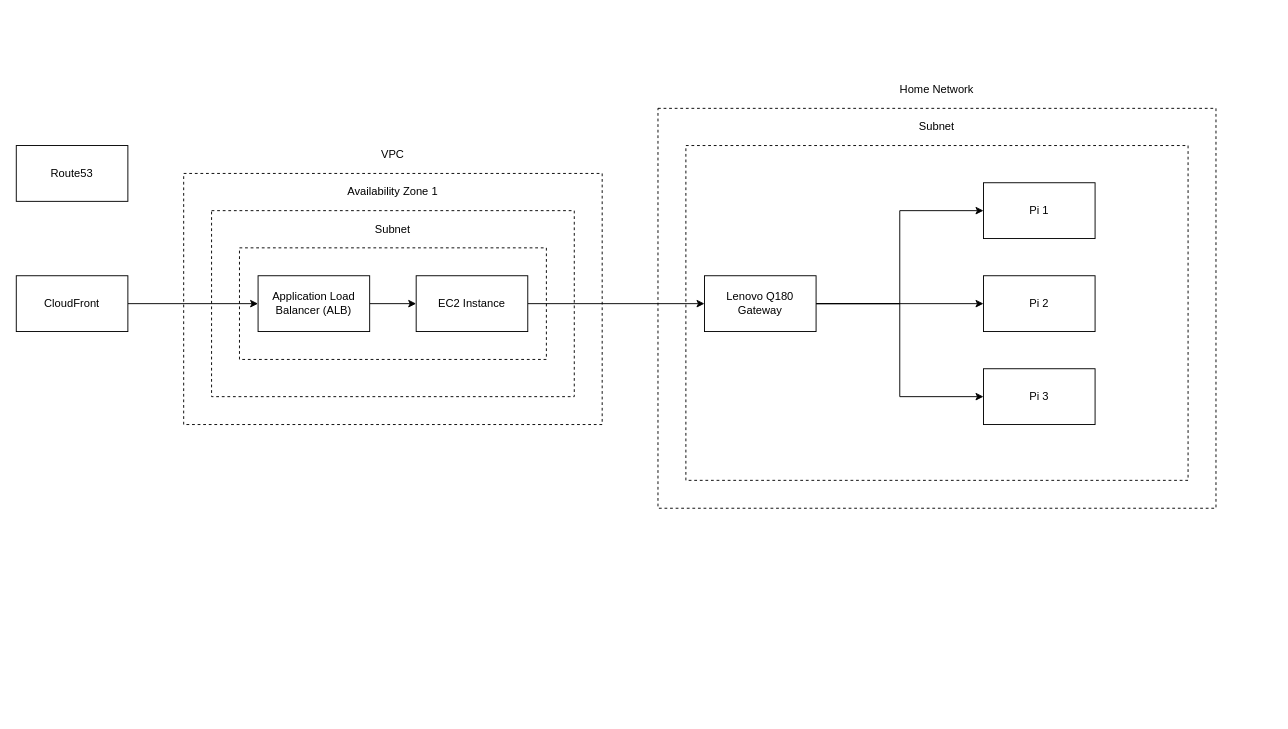
This is jtbrown.drawio from jtbuk/Diagrams, a draw.io file, before an edit. Source tidied: cells renumbered, new cells numbered last; positions are measured from the earlier drawing's top-left corner, leaving out a move shared by most shapes. Both pictures are drawn from the tidied source at 93%, with x=0, y=0 at pixel (16, 108). Pictures stored in the file or linked from it are replaced by grey dashed boxes.
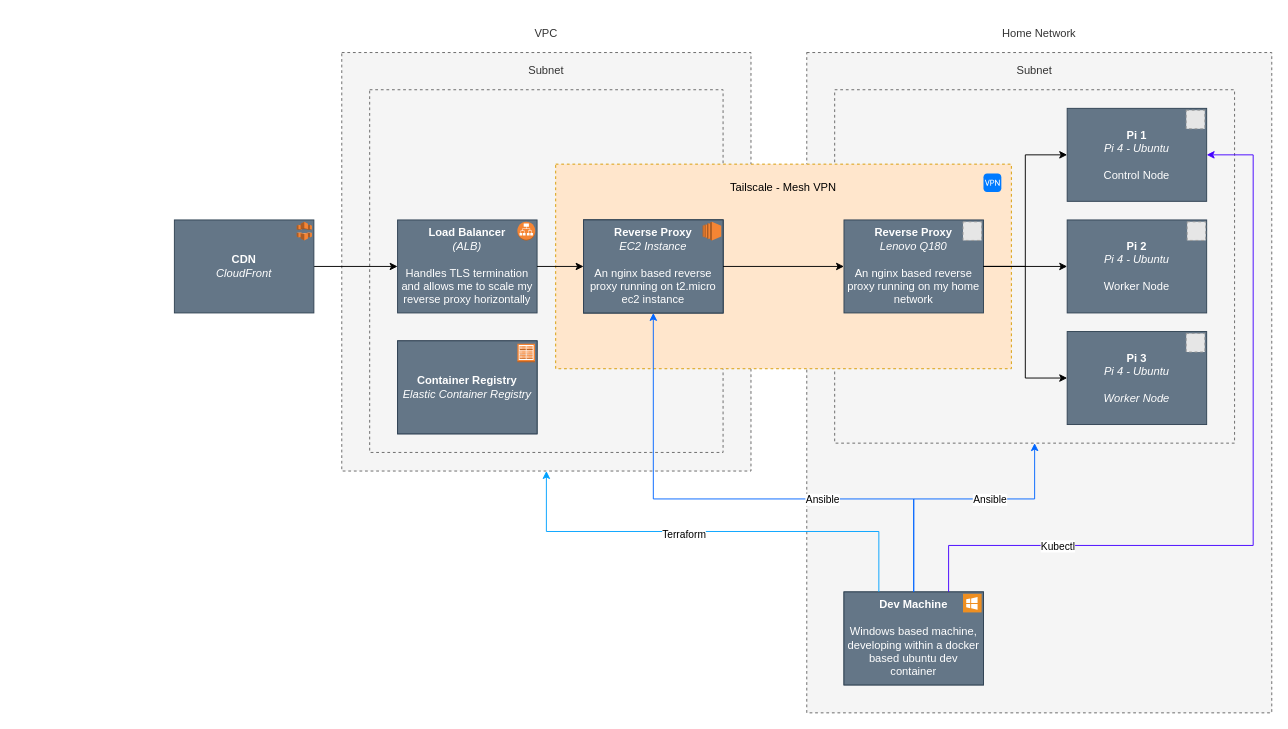
After the change.

Change to the diagram source:
```diff
@@
-    <mxCell id="2" value="&lt;p style=&quot;line-height: 100%;&quot;&gt;Home Network&lt;/p&gt;" style="rounded=0;whiteSpace=wrap;html=1;dashed=1;align=center;verticalAlign=bottom;spacingLeft=0;labelPosition=center;verticalLabelPosition=top;" parent="1" vertex="1">
-      <mxGeometry x="690" width="600" height="430" as="geometry" />
+    <mxCell id="2" value="&lt;p style=&quot;line-height: 100%;&quot;&gt;Home Network&lt;/p&gt;" style="rounded=0;whiteSpace=wrap;html=1;dashed=1;align=center;verticalAlign=bottom;spacingLeft=0;labelPosition=center;verticalLabelPosition=top;labelBorderColor=none;labelBackgroundColor=none;strokeColor=#666666;fillColor=#f5f5f5;fontColor=#333333;" parent="1" vertex="1">
+      <mxGeometry x="850" y="-60" width="500" height="710" as="geometry" />
     </mxCell>
-    <mxCell id="3" value="&lt;p style=&quot;line-height: 100%;&quot;&gt;Subnet&lt;/p&gt;" style="rounded=0;whiteSpace=wrap;html=1;dashed=1;align=center;verticalAlign=bottom;spacingLeft=0;labelPosition=center;verticalLabelPosition=top;" parent="1" vertex="1">
-      <mxGeometry x="720" y="40" width="540" height="360" as="geometry" />
+    <mxCell id="3" value="&lt;p style=&quot;line-height: 100%;&quot;&gt;Subnet&lt;/p&gt;" style="rounded=0;whiteSpace=wrap;html=1;dashed=1;align=center;verticalAlign=bottom;spacingLeft=0;labelPosition=center;verticalLabelPosition=top;labelBorderColor=none;strokeColor=#666666;fillColor=#f5f5f5;fontColor=#333333;" parent="1" vertex="1">
+      <mxGeometry x="880" y="-20" width="430" height="380" as="geometry" />
     </mxCell>
-    <mxCell id="4" value="&lt;p style=&quot;line-height: 100%;&quot;&gt;VPC&lt;/p&gt;" style="rounded=0;whiteSpace=wrap;html=1;dashed=1;align=center;verticalAlign=bottom;spacingLeft=0;labelPosition=center;verticalLabelPosition=top;" parent="1" vertex="1">
-      <mxGeometry x="180" y="70" width="450" height="270" as="geometry" />
+    <mxCell id="4" value="&lt;p style=&quot;line-height: 100%;&quot;&gt;VPC&lt;/p&gt;" style="rounded=0;whiteSpace=wrap;html=1;dashed=1;align=center;verticalAlign=bottom;spacingLeft=0;labelPosition=center;verticalLabelPosition=top;labelBorderColor=none;strokeColor=#666666;fillColor=#f5f5f5;fontColor=#333333;" parent="1" vertex="1">
+      <mxGeometry x="350" y="-60" width="440" height="450" as="geometry" />
     </mxCell>
-    <mxCell id="5" value="&lt;p style=&quot;line-height: 100%;&quot;&gt;Availability Zone 1&lt;/p&gt;" style="rounded=0;whiteSpace=wrap;html=1;dashed=1;align=center;verticalAlign=bottom;spacingLeft=0;labelPosition=center;verticalLabelPosition=top;" parent="1" vertex="1">
-      <mxGeometry x="210" y="110" width="390" height="200" as="geometry" />
-    </mxCell>
-    <mxCell id="6" value="&lt;p style=&quot;line-height: 100%;&quot;&gt;Subnet&lt;/p&gt;" style="rounded=0;whiteSpace=wrap;html=1;dashed=1;align=center;verticalAlign=bottom;spacingLeft=0;labelPosition=center;verticalLabelPosition=top;" parent="1" vertex="1">
-      <mxGeometry x="240" y="150" width="330" height="120" as="geometry" />
+    <mxCell id="6" value="&lt;p style=&quot;line-height: 100%;&quot;&gt;Subnet&lt;/p&gt;" style="rounded=0;whiteSpace=wrap;html=1;dashed=1;align=center;verticalAlign=bottom;spacingLeft=0;labelPosition=center;verticalLabelPosition=top;labelBorderColor=none;strokeColor=#666666;fillColor=#f5f5f5;fontColor=#333333;" parent="1" vertex="1">
+      <mxGeometry x="380" y="-20" width="380" height="390" as="geometry" />
     </mxCell>
+    <mxCell id="11" style="edgeStyle=orthogonalEdgeStyle;rounded=0;jettySize=auto;html=1;entryX=0;entryY=0.5;entryDx=0;entryDy=0;flowAnimation=1;" parent="1" edge="1" source="12" target="8">
+      <mxGeometry relative="1" as="geometry" />
+    </mxCell>
+    <mxCell id="21" style="group;" parent="1" vertex="1">
+      <mxGeometry x="580" y="60" width="490" height="220" as="geometry" />
+    </mxCell>
+    <mxCell id="22" value="&lt;p style=&quot;line-height: 100%;&quot;&gt;Tailscale - Mesh VPN&lt;/p&gt;" style="rounded=0;whiteSpace=wrap;html=1;dashed=1;align=center;verticalAlign=top;spacingLeft=0;labelPosition=center;verticalLabelPosition=middle;labelBorderColor=none;strokeColor=#d79b00;fillColor=#ffe6cc;" parent="21" vertex="1">
+      <mxGeometry width="490" height="220" as="geometry" />
+    </mxCell>
+    <mxCell id="23" style="html=1;strokeWidth=1;shadow=0;dashed=0;shape=mxgraph.ios7.misc.vpn;fillColor=#007AFF;strokeColor=none;buttonText=;strokeColor2=#222222;fontColor=#222222;fontSize=8;verticalLabelPosition=bottom;verticalAlign=top;align=center;sketch=0;" parent="21" vertex="1">
+      <mxGeometry x="460" y="10" width="19.2" height="20" as="geometry" />
+    </mxCell>
+    <mxCell id="24" style="group;fillColor=#647687;fontColor=#ffffff;strokeColor=#314354;" parent="21" vertex="1">
+      <mxGeometry x="30" y="60" width="150" height="100" as="geometry" />
+    </mxCell>
+    <mxCell id="25" style="group;fillColor=#647687;fontColor=#ffffff;strokeColor=#314354;" parent="24" vertex="1">
+      <mxGeometry width="150" height="100" as="geometry" />
+    </mxCell>
+    <mxCell id="10" value="&lt;b&gt;Reverse Proxy&lt;/b&gt;&lt;br&gt;&lt;i&gt;EC2 Instance&lt;br&gt;&lt;/i&gt;&lt;br&gt;An nginx based reverse proxy running on t2.micro ec2 instance&lt;br&gt;" style="rounded=0;whiteSpace=wrap;html=1;fillColor=#647687;fontColor=#ffffff;strokeColor=#314354;" parent="25" vertex="1">
+      <mxGeometry width="150" height="100" as="geometry" />
+    </mxCell>
+    <mxCell id="26" style="dashed=0;verticalLabelPosition=bottom;verticalAlign=top;align=center;html=1;shape=mxgraph.aws3.ec2;fillColor=#F58534;gradientColor=none;" parent="25" vertex="1">
+      <mxGeometry x="128" y="2" width="20" height="20" as="geometry" />
+    </mxCell>
+    <mxCell id="27" style="group;" parent="21" vertex="1">
+      <mxGeometry x="310" y="60" width="150" height="100" as="geometry" />
+    </mxCell>
+    <mxCell id="17" value="&lt;b&gt;Reverse Proxy&lt;/b&gt;&lt;br&gt;&lt;i&gt;Lenovo Q180&lt;br&gt;&lt;/i&gt;&lt;br&gt;An nginx based reverse proxy running on my home network" style="rounded=0;whiteSpace=wrap;html=1;fillColor=#647687;fontColor=#ffffff;strokeColor=#314354;" parent="27" vertex="1">
+      <mxGeometry width="150" height="100" as="geometry" />
+    </mxCell>
+    <mxCell id="28" style="fillColor=#E6E6E6;strokeColor=#999999;dashed=1;html=1;verticalAlign=top;verticalLabelPosition=bottom;labelBackgroundColor=#ffffff;" parent="27" vertex="1">
+      <mxGeometry x="128" y="2" width="20" height="20" as="geometry" />
+    </mxCell>
+    <mxCell id="9" style="edgeStyle=orthogonalEdgeStyle;rounded=0;jettySize=auto;html=1;exitX=1;exitY=0.5;exitDx=0;exitDy=0;flowAnimation=1;" parent="21" edge="1" source="10" target="17">
+      <mxGeometry relative="1" as="geometry" />
+    </mxCell>
+    <mxCell id="29" style="group;" parent="1" vertex="1">
+      <mxGeometry x="170" y="120" width="150" height="100" as="geometry" />
+    </mxCell>
+    <mxCell id="12" value="&lt;b&gt;CDN&lt;/b&gt;&lt;br&gt;&lt;i style=&quot;&quot;&gt;CloudFront&lt;br&gt;&lt;/i&gt;" style="rounded=0;whiteSpace=wrap;html=1;fillColor=#647687;strokeColor=#314354;fontColor=#ffffff;" parent="29" vertex="1">
+      <mxGeometry width="150" height="100" as="geometry" />
+    </mxCell>
+    <mxCell id="30" style="dashed=0;verticalLabelPosition=bottom;verticalAlign=top;align=center;html=1;shape=mxgraph.aws3.cloudfront;fillColor=#F58536;gradientColor=none;" parent="29" vertex="1">
+      <mxGeometry x="131.5" y="2" width="16.4" height="20" as="geometry" />
+    </mxCell>
+    <mxCell id="31" style="group;" parent="1" vertex="1">
+      <mxGeometry x="410" y="120" width="150" height="100" as="geometry" />
+    </mxCell>
+    <mxCell id="8" value="&lt;b&gt;Load Balancer&lt;/b&gt;&lt;br&gt;&lt;i&gt;(ALB)&lt;/i&gt;&lt;br&gt;&lt;br&gt;Handles TLS termination and allows me to scale my reverse proxy horizontally" style="rounded=0;whiteSpace=wrap;html=1;fillColor=#647687;fontColor=#ffffff;strokeColor=#314354;" parent="31" vertex="1">
+      <mxGeometry width="150" height="100" as="geometry" />
+    </mxCell>
+    <mxCell id="32" style="dashed=0;verticalLabelPosition=bottom;verticalAlign=top;align=center;html=1;shape=mxgraph.aws3.application_load_balancer;fillColor=#F58534;gradientColor=none;" parent="31" vertex="1">
+      <mxGeometry x="128.8" y="2" width="19.2" height="20" as="geometry" />
+    </mxCell>
-    <mxCell id="7" style="edgeStyle=orthogonalEdgeStyle;rounded=0;jettySize=auto;html=1;" parent="1" edge="1" source="8" target="10">
+    <mxCell id="7" style="edgeStyle=orthogonalEdgeStyle;rounded=0;jettySize=auto;html=1;flowAnimation=1;" parent="1" edge="1" source="8" target="10">
       <mxGeometry relative="1" as="geometry" />
     </mxCell>
-    <mxCell id="8" value="Application Load Balancer (ALB)" style="rounded=0;whiteSpace=wrap;html=1;" parent="1" vertex="1">
-      <mxGeometry x="260" y="180" width="120" height="60" as="geometry" />
-    </mxCell>
-    <mxCell id="9" style="edgeStyle=orthogonalEdgeStyle;rounded=0;jettySize=auto;html=1;exitX=1;exitY=0.5;exitDx=0;exitDy=0;" parent="1" edge="1" source="10" target="17">
-      <mxGeometry relative="1" as="geometry" />
-    </mxCell>
-    <mxCell id="10" value="EC2 Instance" style="rounded=0;whiteSpace=wrap;html=1;" parent="1" vertex="1">
-      <mxGeometry x="430" y="180" width="120" height="60" as="geometry" />
-    </mxCell>
-    <mxCell id="11" style="edgeStyle=orthogonalEdgeStyle;rounded=0;jettySize=auto;html=1;entryX=0;entryY=0.5;entryDx=0;entryDy=0;" parent="1" edge="1" source="12" target="8">
-      <mxGeometry relative="1" as="geometry" />
-    </mxCell>
-    <mxCell id="12" value="CloudFront" style="rounded=0;whiteSpace=wrap;html=1;" parent="1" vertex="1">
-      <mxGeometry y="180" width="120" height="60" as="geometry" />
-    </mxCell>
-    <mxCell id="13" value="Route53" style="rounded=0;whiteSpace=wrap;html=1;" parent="1" vertex="1">
-      <mxGeometry y="40" width="120" height="60" as="geometry" />
-    </mxCell>
+    <mxCell id="33" style="group;" parent="1" vertex="1">
+      <mxGeometry x="1130" width="150" height="100" as="geometry" />
+    </mxCell>
+    <mxCell id="18" value="&lt;b&gt;Pi 1&lt;/b&gt;&lt;br&gt;&lt;i&gt;Pi 4 - Ubuntu&lt;br&gt;&lt;/i&gt;&lt;br&gt;Control Node" style="rounded=0;whiteSpace=wrap;html=1;fillColor=#647687;fontColor=#ffffff;strokeColor=#314354;" parent="33" vertex="1">
+      <mxGeometry width="150" height="100" as="geometry" />
+    </mxCell>
+    <mxCell id="34" style="fillColor=#E6E6E6;strokeColor=#999999;dashed=1;html=1;verticalAlign=top;verticalLabelPosition=bottom;labelBackgroundColor=#ffffff;" parent="33" vertex="1">
+      <mxGeometry x="128" y="2" width="20" height="20" as="geometry" />
+    </mxCell>
+    <mxCell id="35" style="group;" parent="1" vertex="1">
+      <mxGeometry x="1130" y="120" width="150" height="100" as="geometry" />
+    </mxCell>
+    <mxCell id="19" value="&lt;b&gt;Pi 2&lt;/b&gt;&lt;br&gt;&lt;i&gt;Pi 4 - Ubuntu&lt;br&gt;&lt;/i&gt;&lt;br&gt;Worker Node" style="rounded=0;whiteSpace=wrap;html=1;fillColor=#647687;fontColor=#ffffff;strokeColor=#314354;" parent="35" vertex="1">
+      <mxGeometry width="150" height="100" as="geometry" />
+    </mxCell>
+    <mxCell id="36" style="fillColor=#E6E6E6;strokeColor=#999999;dashed=1;html=1;verticalAlign=top;verticalLabelPosition=bottom;labelBackgroundColor=#ffffff;" parent="35" vertex="1">
+      <mxGeometry x="129" y="2" width="20" height="20" as="geometry" />
+    </mxCell>
+    <mxCell id="37" style="group;" parent="1" vertex="1">
+      <mxGeometry x="1130" y="240" width="150" height="100" as="geometry" />
+    </mxCell>
+    <mxCell id="20" value="&lt;b&gt;Pi 3&lt;/b&gt;&lt;br&gt;&lt;i&gt;Pi 4 - Ubuntu&lt;br&gt;&lt;br&gt;Worker Node&lt;br&gt;&lt;/i&gt;" style="rounded=0;whiteSpace=wrap;html=1;fillColor=#647687;fontColor=#ffffff;strokeColor=#314354;" parent="37" vertex="1">
+      <mxGeometry width="150" height="100" as="geometry" />
+    </mxCell>
+    <mxCell id="38" style="fillColor=#E6E6E6;strokeColor=#999999;dashed=1;html=1;verticalAlign=top;verticalLabelPosition=bottom;labelBackgroundColor=#ffffff;" parent="37" vertex="1">
+      <mxGeometry x="128" y="2" width="20" height="20" as="geometry" />
+    </mxCell>
-    <mxCell id="14" style="edgeStyle=orthogonalEdgeStyle;rounded=0;jettySize=auto;html=1;" parent="1" edge="1" source="17" target="19">
+    <mxCell id="14" style="edgeStyle=orthogonalEdgeStyle;rounded=0;jettySize=auto;html=1;flowAnimation=1;" parent="1" edge="1" source="17" target="19">
       <mxGeometry relative="1" as="geometry" />
     </mxCell>
-    <mxCell id="15" style="edgeStyle=orthogonalEdgeStyle;rounded=0;jettySize=auto;html=1;entryX=0;entryY=0.5;entryDx=0;entryDy=0;" parent="1" edge="1" source="17" target="18">
+    <mxCell id="15" style="edgeStyle=orthogonalEdgeStyle;rounded=0;jettySize=auto;html=1;entryX=0;entryY=0.5;entryDx=0;entryDy=0;flowAnimation=1;" parent="1" edge="1" source="17" target="18">
       <mxGeometry relative="1" as="geometry" />
     </mxCell>
-    <mxCell id="16" style="edgeStyle=orthogonalEdgeStyle;rounded=0;jettySize=auto;html=1;entryX=0;entryY=0.5;entryDx=0;entryDy=0;" parent="1" edge="1" source="17" target="20">
+    <mxCell id="16" style="edgeStyle=orthogonalEdgeStyle;rounded=0;jettySize=auto;html=1;entryX=0;entryY=0.5;entryDx=0;entryDy=0;flowAnimation=1;" parent="1" edge="1" source="17" target="20">
       <mxGeometry relative="1" as="geometry" />
     </mxCell>
-    <mxCell id="17" value="Lenovo Q180&lt;br&gt;Gateway" style="rounded=0;whiteSpace=wrap;html=1;" parent="1" vertex="1">
-      <mxGeometry x="740" y="180" width="120" height="60" as="geometry" />
-    </mxCell>
-    <mxCell id="18" value="Pi 1" style="rounded=0;whiteSpace=wrap;html=1;" parent="1" vertex="1">
-      <mxGeometry x="1040" y="80" width="120" height="60" as="geometry" />
-    </mxCell>
-    <mxCell id="19" value="Pi 2" style="rounded=0;whiteSpace=wrap;html=1;" parent="1" vertex="1">
-      <mxGeometry x="1040" y="180" width="120" height="60" as="geometry" />
-    </mxCell>
-    <mxCell id="20" value="Pi 3" style="rounded=0;whiteSpace=wrap;html=1;" parent="1" vertex="1">
-      <mxGeometry x="1040" y="280" width="120" height="60" as="geometry" />
-    </mxCell>
+    <mxCell id="39" style="group;" parent="1" vertex="1">
+      <mxGeometry x="890" y="520" width="150" height="100" as="geometry" />
+    </mxCell>
+    <mxCell id="40" style="group;fillColor=#647687;fontColor=#ffffff;strokeColor=#314354;" parent="39" vertex="1">
+      <mxGeometry width="150" height="100" as="geometry" />
+    </mxCell>
+    <mxCell id="41" value="&lt;b&gt;Dev Machine&lt;/b&gt;&lt;br&gt;&lt;br&gt;Windows based machine, developing within a docker based ubuntu dev container" style="rounded=0;whiteSpace=wrap;html=1;fillColor=#647687;fontColor=#ffffff;strokeColor=#314354;" parent="40" vertex="1">
+      <mxGeometry width="150" height="100" as="geometry" />
+    </mxCell>
+    <mxCell id="42" style="shadow=0;dashed=0;html=1;strokeColor=none;fillColor=#EF8F21;labelPosition=center;verticalLabelPosition=bottom;verticalAlign=top;align=center;shape=mxgraph.veeam.ms_windows;" parent="40" vertex="1">
+      <mxGeometry x="128" y="2" width="20" height="20" as="geometry" />
+    </mxCell>
+    <mxCell id="43" style="edgeStyle=orthogonalEdgeStyle;rounded=0;jettySize=auto;html=1;exitX=0.5;exitY=0;exitDx=0;exitDy=0;flowAnimation=1;strokeColor=#0066FF;" parent="1" edge="1" source="41" target="3">
+      <mxGeometry relative="1" as="geometry">
+        <Array as="points">
+          <mxPoint x="965" y="420" />
+          <mxPoint x="1095" y="420" />
+        </Array>
+      </mxGeometry>
+    </mxCell>
+    <mxCell id="44" value="Ansible" style="edgeLabel;html=1;align=center;verticalAlign=middle;" parent="43" vertex="1">
+      <mxGeometry x="0.18" y="-2" relative="1" as="geometry">
+        <mxPoint x="10" y="-2" as="offset" />
+      </mxGeometry>
+    </mxCell>
+    <mxCell id="45" style="edgeStyle=orthogonalEdgeStyle;rounded=0;jettySize=auto;html=1;entryX=0.5;entryY=1;entryDx=0;entryDy=0;exitX=0.25;exitY=0;exitDx=0;exitDy=0;strokeColor=#00A2FF;flowAnimation=1;" parent="1" edge="1" source="41" target="4">
+      <mxGeometry relative="1" as="geometry" />
+    </mxCell>
+    <mxCell id="46" value="Terraform" style="edgeLabel;html=1;align=center;verticalAlign=middle;" parent="45" vertex="1">
+      <mxGeometry x="0.13" y="2" relative="1" as="geometry" />
+    </mxCell>
+    <mxCell id="47" style="edgeStyle=orthogonalEdgeStyle;rounded=0;jettySize=auto;html=1;exitX=0.75;exitY=0;exitDx=0;exitDy=0;entryX=1;entryY=0.5;entryDx=0;entryDy=0;flowAnimation=1;strokeColor=#4400FF;" parent="1" edge="1" source="41" target="18">
+      <mxGeometry relative="1" as="geometry">
+        <Array as="points">
+          <mxPoint x="1003" y="470" />
+          <mxPoint x="1330" y="470" />
+          <mxPoint x="1330" y="50" />
+        </Array>
+      </mxGeometry>
+    </mxCell>
+    <mxCell id="48" value="Kubectl" style="edgeLabel;html=1;align=center;verticalAlign=middle;" parent="47" vertex="1">
+      <mxGeometry x="-0.13" y="2" relative="1" as="geometry">
+        <mxPoint x="-202" y="2" as="offset" />
+      </mxGeometry>
+    </mxCell>
+    <mxCell id="49" style="group;" parent="1" vertex="1">
+      <mxGeometry x="410" y="250" width="150" height="100" as="geometry" />
+    </mxCell>
+    <mxCell id="50" style="group;fillColor=#647687;fontColor=#ffffff;strokeColor=#314354;" parent="49" vertex="1">
+      <mxGeometry width="150" height="100" as="geometry" />
+    </mxCell>
+    <mxCell id="51" value="&lt;b&gt;Container Registry&lt;br&gt;&lt;/b&gt;&lt;i&gt;Elastic Container Registry&lt;br&gt;&lt;/i&gt;" style="rounded=0;whiteSpace=wrap;html=1;fillColor=#647687;fontColor=#ffffff;strokeColor=#314354;" parent="50" vertex="1">
+      <mxGeometry width="150" height="100" as="geometry" />
+    </mxCell>
+    <mxCell id="52" style="dashed=0;verticalLabelPosition=bottom;verticalAlign=top;align=center;html=1;shape=mxgraph.aws3.ecr_registry;fillColor=#F58534;gradientColor=none;" parent="50" vertex="1">
+      <mxGeometry x="128.8" y="3" width="19" height="20" as="geometry" />
+    </mxCell>
+    <mxCell id="53" style="edgeStyle=orthogonalEdgeStyle;rounded=0;jettySize=auto;html=1;exitX=0.5;exitY=0;exitDx=0;exitDy=0;flowAnimation=1;strokeColor=#0066FF;" parent="1" edge="1" source="41" target="10">
+      <mxGeometry relative="1" as="geometry">
+        <Array as="points">
+          <mxPoint x="965" y="420" />
+          <mxPoint x="685" y="420" />
+        </Array>
+      </mxGeometry>
+    </mxCell>
+    <mxCell id="54" value="Ansible" style="edgeLabel;html=1;align=center;verticalAlign=middle;" parent="53" vertex="1">
+      <mxGeometry x="-0.22" relative="1" as="geometry">
+        <mxPoint x="27" as="offset" />
+      </mxGeometry>
+    </mxCell>
```
